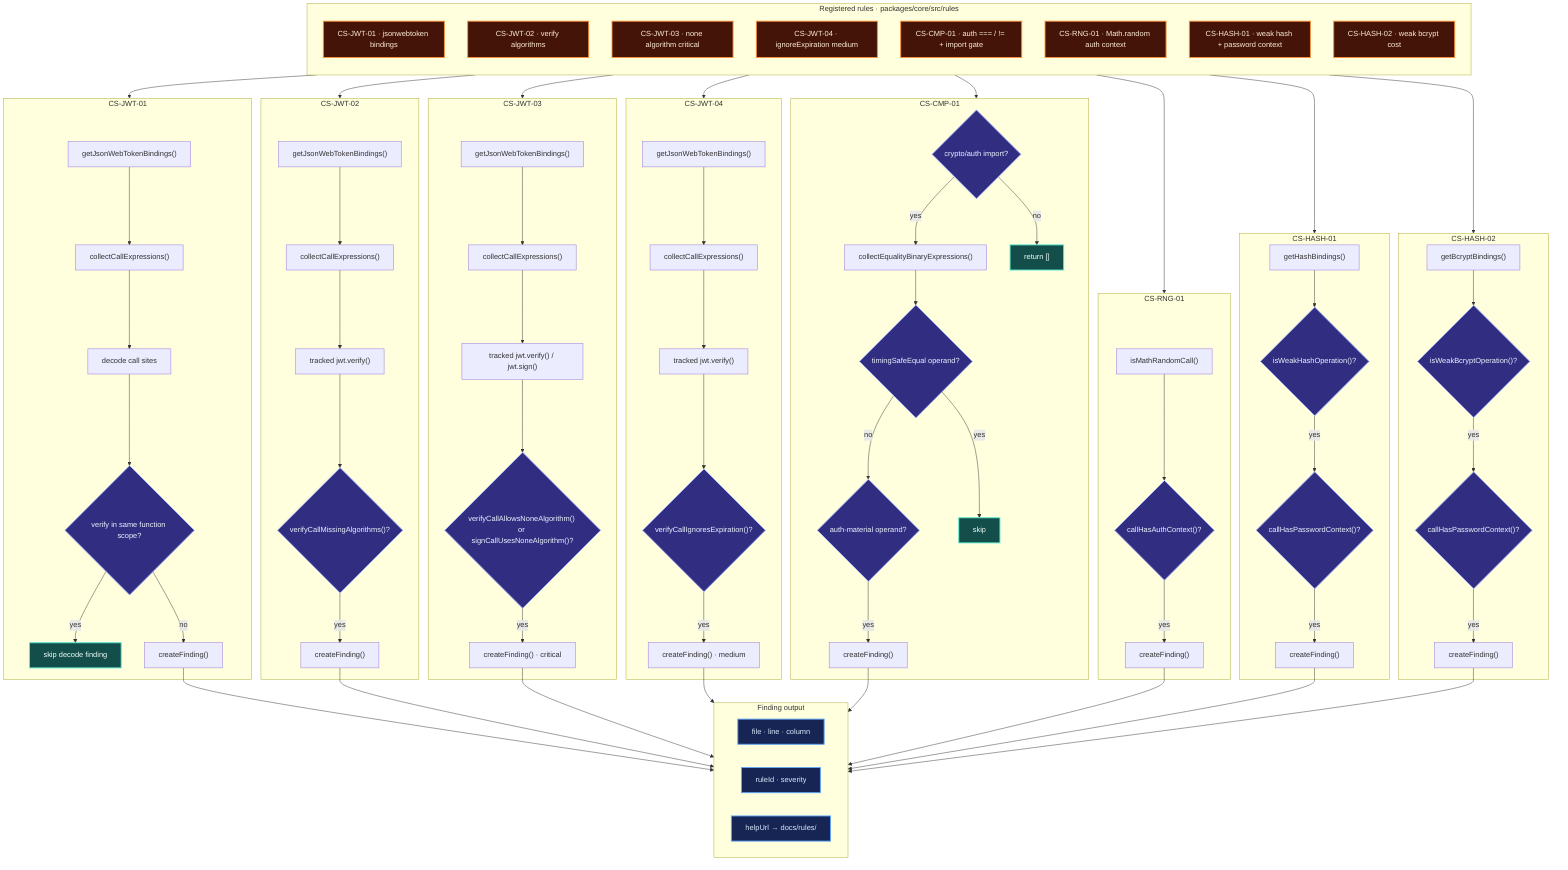
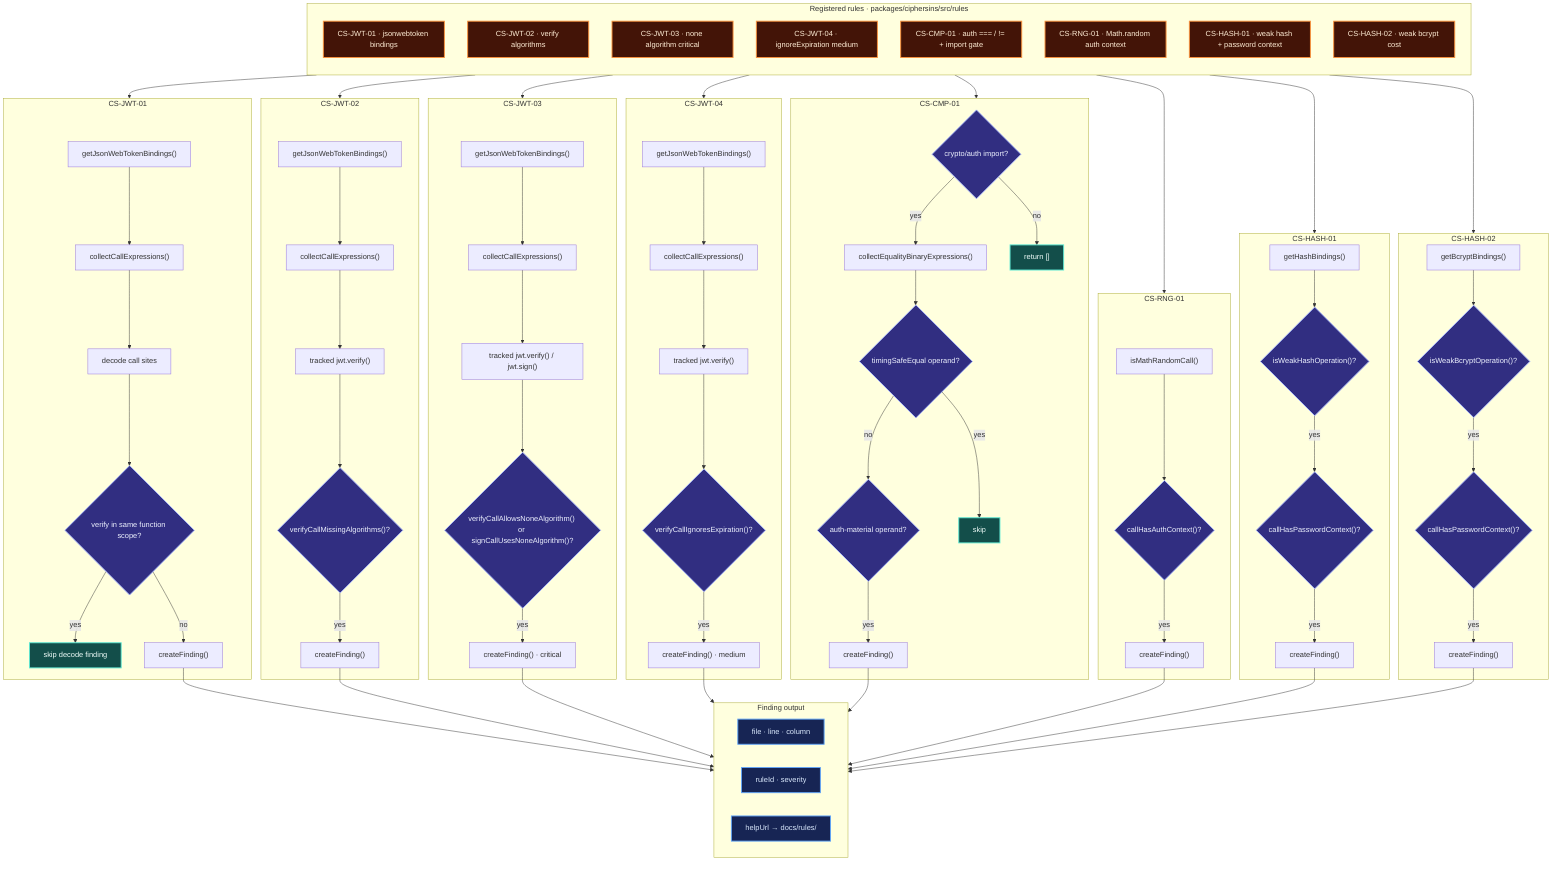
flowchart TB
- 	subgraph RULES["Registered rules · packages/core/src/rules"]
+ 	subgraph RULES["Registered rules · packages/ciphersins/src/rules"]
		direction TB
		JWT["CS-JWT-01 · jsonwebtoken bindings"]
		JWT2["CS-JWT-02 · verify algorithms"]
		JWT3["CS-JWT-03 · none algorithm critical"]
		JWT4["CS-JWT-04 · ignoreExpiration medium"]
		CMP["CS-CMP-01 · auth === / != + import gate"]
		RNG["CS-RNG-01 · Math.random auth context"]
		HASH["CS-HASH-01 · weak hash + password context"]
		HASH2["CS-HASH-02 · weak bcrypt cost"]
	end

	subgraph JWT_FLOW["CS-JWT-01"]
		BIND["getJsonWebTokenBindings()"]
		WALK["collectCallExpressions()"]
		VERIFY{"verify in same function scope?"}
		DECODE["decode call sites"]
		BIND --> WALK --> DECODE --> VERIFY
		VERIFY -->|yes| JCLEAN["skip decode finding"]
		VERIFY -->|no| JFIND["createFinding()"]
	end

	subgraph JWT2_FLOW["CS-JWT-02"]
		BIND2["getJsonWebTokenBindings()"]
		WALK2["collectCallExpressions()"]
		VMATCH["tracked jwt.verify()"]
		VALG{"verifyCallMissingAlgorithms()?"}
		BIND2 --> WALK2 --> VMATCH --> VALG
		VALG -->|yes| J2FIND["createFinding()"]
	end

	subgraph JWT3_FLOW["CS-JWT-03"]
		BIND3["getJsonWebTokenBindings()"]
		WALK3["collectCallExpressions()"]
		VSMATCH["tracked jwt.verify() / jwt.sign()"]
		VNONE{"verifyCallAllowsNoneAlgorithm() or signCallUsesNoneAlgorithm()?"}
		BIND3 --> WALK3 --> VSMATCH --> VNONE
		VNONE -->|yes| J3FIND["createFinding() · critical"]
	end

	subgraph JWT4_FLOW["CS-JWT-04"]
		BIND4["getJsonWebTokenBindings()"]
		WALK4["collectCallExpressions()"]
		VMATCH4["tracked jwt.verify()"]
		VEXP{"verifyCallIgnoresExpiration()?"}
		BIND4 --> WALK4 --> VMATCH4 --> VEXP
		VEXP -->|yes| J4FIND["createFinding() · medium"]
	end

	subgraph CMP_FLOW["CS-CMP-01"]
		GATE{"crypto/auth import?"}
		BIN["collectEqualityBinaryExpressions()"]
		AUTH{"auth-material operand?"}
		SAFE{"timingSafeEqual operand?"}
		GATE -->|no| CCLEAN["return []"]
		GATE -->|yes| BIN --> SAFE
		SAFE -->|yes| CSKIP["skip"]
		SAFE -->|no| AUTH -->|yes| CFIND["createFinding()"]
	end

	subgraph RNG_FLOW["CS-RNG-01"]
		MR["isMathRandomCall()"]
		CTX{"callHasAuthContext()?"}
		MR --> CTX
		CTX -->|yes| RFIND["createFinding()"]
	end

	subgraph HASH_FLOW["CS-HASH-01"]
		HBIND["getHashBindings()"]
		WEAK{"isWeakHashOperation()?"}
		PWD{"callHasPasswordContext()?"}
		HBIND --> WEAK
		WEAK -->|yes| PWD
		PWD -->|yes| HFIND["createFinding()"]
	end

	subgraph HASH2_FLOW["CS-HASH-02"]
		BBIND["getBcryptBindings()"]
		COST{"isWeakBcryptOperation()?"}
		PWD2{"callHasPasswordContext()?"}
		BBIND --> COST
		COST -->|yes| PWD2
		PWD2 -->|yes| H2FIND["createFinding()"]
	end

	subgraph REPORT["Finding output"]
		direction LR
		LOC["file · line · column"]
		MSG["ruleId · severity"]
		DOC["helpUrl → docs/rules/"]
	end

	JWT --> JWT_FLOW
	JWT2 --> JWT2_FLOW
	JWT3 --> JWT3_FLOW
	JWT4 --> JWT4_FLOW
	CMP --> CMP_FLOW
	RNG --> RNG_FLOW
	HASH --> HASH_FLOW
	HASH2 --> HASH2_FLOW
	JFIND --> REPORT
	J2FIND --> REPORT
	J3FIND --> REPORT
	J4FIND --> REPORT
	CFIND --> REPORT
	RFIND --> REPORT
	HFIND --> REPORT
	H2FIND --> REPORT

	classDef rule fill:#431407,stroke:#fb923c,stroke-width:2px,color:#ffedd5
	classDef decision fill:#312e81,stroke:#a5b4fc,stroke-width:2px,color:#eef2ff
	classDef clean fill:#134e4a,stroke:#5eead4,stroke-width:2px,color:#f0fdfa
	classDef report fill:#172554,stroke:#60a5fa,stroke-width:2px,color:#dbeafe

	class JWT,JWT2,JWT3,JWT4,CMP,RNG,HASH,HASH2 rule
	class VERIFY,GATE,AUTH,SAFE,CTX,WEAK,PWD,COST,PWD2,VALG,VNONE,VEXP decision
	class JCLEAN,CCLEAN,CSKIP clean
	class LOC,MSG,DOC report
